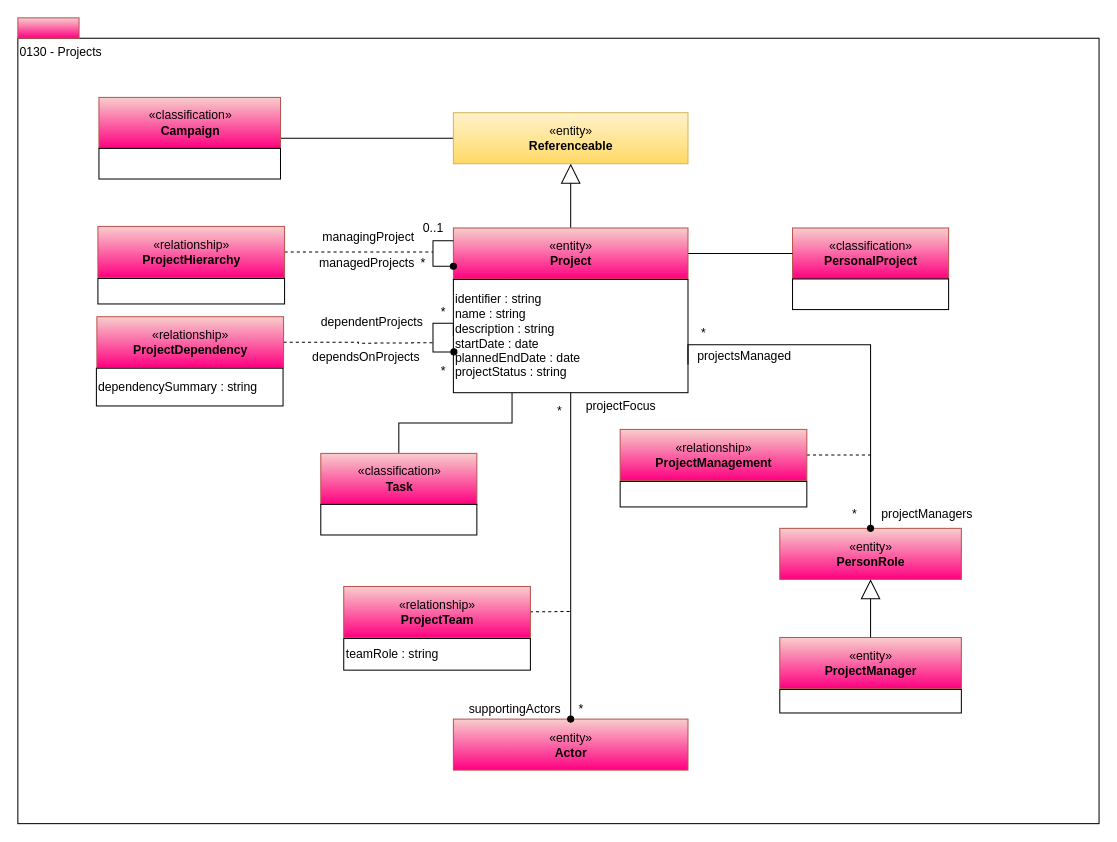
This is page "0130-Projects" (7 of 13) of site/docs/types/1/area-1-collaboration.drawio from odpi/egeria-docs, a draw.io file, before an edit. Source tidied: cells renumbered, new cells numbered last; positions are measured from the earlier drawing's top-left corner, leaving out a move shared by most shapes. Both pictures are drawn from the tidied source at 102%, with x=0, y=0 at pixel (17, 17).
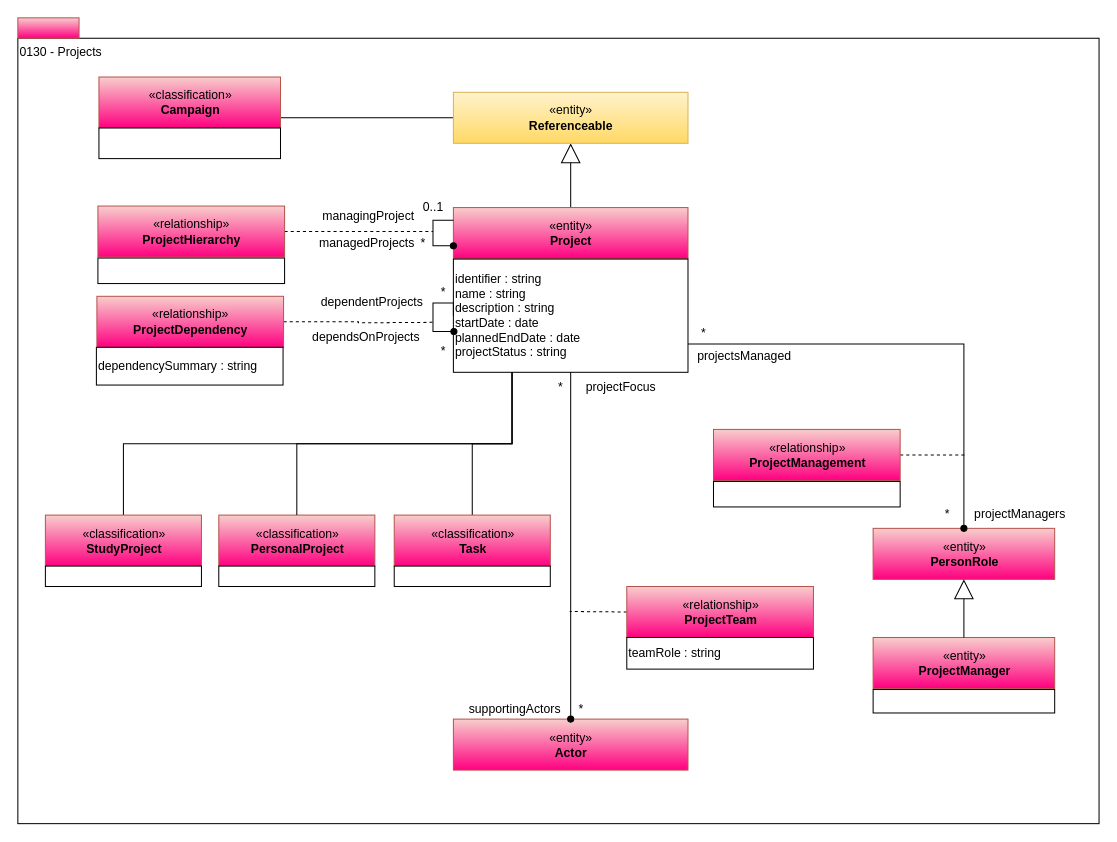
The same diagram, later.

What changed in the source:
```diff
@@
     <mxCell id="4" value="«entity»&lt;br&gt;&lt;b&gt;Project&lt;/b&gt;" style="html=1;strokeColor=#b85450;align=center;fillColor=#f8cecc;gradientColor=#FF0080;" parent="1" vertex="1">
-      <mxGeometry x="427" y="206" width="230" height="50" as="geometry" />
+      <mxGeometry x="427" y="186" width="230" height="50" as="geometry" />
     </mxCell>
@@
     <mxCell id="7" style="edgeStyle=orthogonalEdgeStyle;rounded=0;html=1;exitX=0;exitY=0.5;entryX=1;entryY=0.5;endArrow=none;endFill=0;jettySize=auto;exitDx=0;exitDy=0;entryDx=0;entryDy=0;" parent="1" edge="1" source="11" target="20">
       <mxGeometry relative="1" as="geometry">
         <Array as="points">
-          <mxPoint x="257.5" y="118.5" />
+          <mxPoint x="257.5" y="98.5" />
         </Array>
       </mxGeometry>
     </mxCell>
     <mxCell id="8" value="identifier : string&lt;br&gt;name : string&lt;br&gt;description : string&lt;br&gt;startDate : date&lt;br&gt;plannedEndDate : date&lt;br&gt;projectStatus : string" style="rounded=0;whiteSpace=wrap;html=1;align=left;" parent="1" vertex="1">
-      <mxGeometry x="427" y="256.5" width="230" height="111" as="geometry" />
+      <mxGeometry x="427" y="236.5" width="230" height="111" as="geometry" />
     </mxCell>
     <mxCell id="9" value="«classification»&lt;br&gt;&lt;b&gt;Task&lt;/b&gt;" style="html=1;strokeColor=#b85450;align=center;fillColor=#f8cecc;gradientColor=#FF0080;" parent="1" vertex="1">
-      <mxGeometry x="297" y="427" width="153" height="50" as="geometry" />
+      <mxGeometry x="369" y="487.5" width="153" height="50" as="geometry" />
     </mxCell>
     <mxCell id="10" style="rounded=0;whiteSpace=wrap;html=1;align=left;" parent="1" vertex="1">
-      <mxGeometry x="297" y="477" width="153" height="30" as="geometry" />
+      <mxGeometry x="369" y="537.5" width="153" height="20" as="geometry" />
     </mxCell>
     <mxCell id="11" value="«entity»&lt;br&gt;&lt;b&gt;Referenceable&lt;/b&gt;" style="html=1;strokeColor=#d6b656;align=center;fillColor=#fff2cc;gradientColor=#ffd966;" parent="1" vertex="1">
-      <mxGeometry x="427" y="93" width="230" height="50" as="geometry" />
+      <mxGeometry x="427" y="73" width="230" height="50" as="geometry" />
     </mxCell>
     <mxCell id="12" style="edgeStyle=orthogonalEdgeStyle;rounded=0;html=1;exitX=0;exitY=0.25;entryX=0;entryY=0.75;endArrow=oval;endFill=1;jettySize=auto;orthogonalLoop=1;" parent="1" edge="1" source="4" target="4">
       <mxGeometry relative="1" as="geometry">
         <Array as="points">
-          <mxPoint x="407" y="218.5" />
-          <mxPoint x="407" y="243.5" />
+          <mxPoint x="407" y="198.5" />
+          <mxPoint x="407" y="223.5" />
         </Array>
       </mxGeometry>
     </mxCell>
     <mxCell id="13" value="managedProjects" style="text;html=1;align=center;verticalAlign=top;spacingTop=-4;" parent="1" vertex="1">
-      <mxGeometry x="287" y="231" width="110" height="20" as="geometry" />
+      <mxGeometry x="287" y="211" width="110" height="20" as="geometry" />
     </mxCell>
     <mxCell id="14" value="*" style="text;html=1;align=center;verticalAlign=top;spacingTop=-4;" parent="1" vertex="1">
-      <mxGeometry x="387" y="231" width="20" height="20" as="geometry" />
+      <mxGeometry x="387" y="211" width="20" height="20" as="geometry" />
     </mxCell>
     <mxCell id="15" value="managingProject" style="text;html=1;align=left;verticalAlign=top;spacingTop=-4;" parent="1" vertex="1">
-      <mxGeometry x="297" y="204.5" width="110" height="20" as="geometry" />
+      <mxGeometry x="297" y="184.5" width="110" height="20" as="geometry" />
     </mxCell>
     <mxCell id="16" value="&lt;div style=&quot;text-align: center&quot;&gt;&lt;span&gt;0..1&lt;/span&gt;&lt;/div&gt;" style="text;html=1;align=center;verticalAlign=top;spacingTop=-4;" parent="1" vertex="1">
-      <mxGeometry x="387" y="196" width="40" height="20" as="geometry" />
+      <mxGeometry x="387" y="176" width="40" height="20" as="geometry" />
     </mxCell>
     <mxCell id="17" style="edgeStyle=orthogonalEdgeStyle;rounded=0;html=1;exitX=1;exitY=0.5;endArrow=none;endFill=0;jettySize=auto;dashed=1;" parent="1" edge="1" source="18">
       <mxGeometry relative="1" as="geometry">
-        <mxPoint x="407" y="229.5" as="targetPoint" />
+        <mxPoint x="407" y="209.5" as="targetPoint" />
       </mxGeometry>
     </mxCell>
     <mxCell id="18" value="«relationship»&lt;br&gt;&lt;b&gt;ProjectHierarchy&lt;/b&gt;" style="html=1;strokeColor=#b85450;align=center;fillColor=#f8cecc;gradientColor=#FF0080;" parent="1" vertex="1">
-      <mxGeometry x="78.5" y="204.5" width="183" height="50" as="geometry" />
+      <mxGeometry x="78.5" y="184.5" width="183" height="50" as="geometry" />
     </mxCell>
     <mxCell id="19" style="rounded=0;whiteSpace=wrap;html=1;strokeColor=#000000;gradientColor=#ffffff;align=left;" parent="1" vertex="1">
-      <mxGeometry x="78.5" y="255.5" width="183" height="25" as="geometry" />
+      <mxGeometry x="78.5" y="235.5" width="183" height="25" as="geometry" />
     </mxCell>
     <mxCell id="20" value="«classification»&lt;br&gt;&lt;b&gt;Campaign&lt;/b&gt;" style="html=1;strokeColor=#b85450;align=center;fillColor=#f8cecc;gradientColor=#FF0080;" parent="1" vertex="1">
-      <mxGeometry x="79.5" y="78" width="178" height="50" as="geometry" />
+      <mxGeometry x="79.5" y="58" width="178" height="50" as="geometry" />
     </mxCell>
     <mxCell id="21" style="rounded=0;whiteSpace=wrap;html=1;align=left;" parent="1" vertex="1">
-      <mxGeometry x="79.5" y="128" width="178" height="30" as="geometry" />
+      <mxGeometry x="79.5" y="108" width="178" height="30" as="geometry" />
     </mxCell>
     <mxCell id="22" style="edgeStyle=orthogonalEdgeStyle;rounded=0;html=1;entryX=0;entryY=0.5;endArrow=none;endFill=0;jettySize=auto;startArrow=oval;startFill=1;" parent="1" edge="1" target="8">
       <mxGeometry relative="1" as="geometry">
-        <mxPoint x="427.5" y="327.5" as="sourcePoint" />
+        <mxPoint x="427.5" y="307.5" as="sourcePoint" />
         <Array as="points">
-          <mxPoint x="407" y="327.5" />
-          <mxPoint x="407" y="299.5" />
+          <mxPoint x="407" y="307.5" />
+          <mxPoint x="407" y="279.5" />
         </Array>
       </mxGeometry>
     </mxCell>
     <mxCell id="23" value="dependentProjects" style="text;html=1;align=center;verticalAlign=top;spacingTop=-4;" parent="1" vertex="1">
-      <mxGeometry x="287" y="289" width="120" height="20" as="geometry" />
+      <mxGeometry x="287" y="269" width="120" height="20" as="geometry" />
     </mxCell>
     <mxCell id="24" value="*" style="text;html=1;align=center;verticalAlign=top;spacingTop=-4;" parent="1" vertex="1">
-      <mxGeometry x="407" y="336.5" width="20" height="20" as="geometry" />
+      <mxGeometry x="407" y="316.5" width="20" height="20" as="geometry" />
     </mxCell>
     <mxCell id="25" value="dependsOnProjects" style="text;html=1;align=left;verticalAlign=top;spacingTop=-4;" parent="1" vertex="1">
-      <mxGeometry x="287" y="323" width="120" height="20" as="geometry" />
+      <mxGeometry x="287" y="303" width="120" height="20" as="geometry" />
     </mxCell>
     <mxCell id="26" value="&lt;div style=&quot;text-align: center&quot;&gt;&lt;span&gt;*&lt;/span&gt;&lt;/div&gt;" style="text;html=1;align=center;verticalAlign=top;spacingTop=-4;" parent="1" vertex="1">
-      <mxGeometry x="407" y="279" width="20" height="20" as="geometry" />
+      <mxGeometry x="407" y="259" width="20" height="20" as="geometry" />
     </mxCell>
     <mxCell id="27" style="edgeStyle=orthogonalEdgeStyle;rounded=0;html=1;exitX=1;exitY=0.5;endArrow=none;endFill=0;jettySize=auto;dashed=1;" parent="1" edge="1" source="28">
       <mxGeometry relative="1" as="geometry">
-        <mxPoint x="407" y="318.5" as="targetPoint" />
+        <mxPoint x="407" y="298.5" as="targetPoint" />
       </mxGeometry>
     </mxCell>
     <mxCell id="28" value="«relationship»&lt;br&gt;&lt;b&gt;ProjectDependency&lt;/b&gt;" style="html=1;strokeColor=#b85450;align=center;fillColor=#f8cecc;gradientColor=#FF0080;" parent="1" vertex="1">
-      <mxGeometry x="77.5" y="293" width="183" height="50" as="geometry" />
+      <mxGeometry x="77.5" y="273" width="183" height="50" as="geometry" />
     </mxCell>
     <mxCell id="29" value="dependencySummary : string&lt;br&gt;" style="rounded=0;whiteSpace=wrap;html=1;strokeColor=#000000;gradientColor=#ffffff;align=left;" parent="1" vertex="1">
-      <mxGeometry x="77" y="343.5" width="183" height="37" as="geometry" />
+      <mxGeometry x="77" y="323" width="183" height="37" as="geometry" />
     </mxCell>
@@
-    <mxCell id="31" style="edgeStyle=orthogonalEdgeStyle;rounded=0;html=1;exitX=0;exitY=0.5;endArrow=none;endFill=0;jettySize=auto;orthogonalLoop=1;dashed=1;" parent="1" edge="1">
+    <mxCell id="31" style="edgeStyle=orthogonalEdgeStyle;rounded=0;html=1;exitX=0;exitY=0.5;endArrow=none;endFill=0;jettySize=auto;dashed=1;exitDx=0;exitDy=0;" parent="1" edge="1" source="32">
       <mxGeometry relative="1" as="geometry">
-        <mxPoint x="340" y="582.5" as="sourcePoint" />
         <mxPoint x="541" y="582" as="targetPoint" />
       </mxGeometry>
     </mxCell>
     <mxCell id="32" value="«relationship»&lt;br&gt;&lt;b&gt;ProjectTeam&lt;/b&gt;" style="html=1;strokeColor=#b85450;align=center;fillColor=#f8cecc;gradientColor=#FF0080;" parent="1" vertex="1">
-      <mxGeometry x="319.5" y="557.5" width="183" height="50" as="geometry" />
+      <mxGeometry x="597" y="557.5" width="183" height="50" as="geometry" />
     </mxCell>
     <mxCell id="33" value="teamRole : string" style="rounded=0;whiteSpace=wrap;html=1;strokeColor=#000000;gradientColor=#ffffff;align=left;" parent="1" vertex="1">
-      <mxGeometry x="319.5" y="608.5" width="183" height="31" as="geometry" />
+      <mxGeometry x="597" y="607.5" width="183" height="31" as="geometry" />
     </mxCell>
     <mxCell id="34" value="*" style="text;html=1;align=center;verticalAlign=top;spacingTop=-4;" parent="1" vertex="1">
-      <mxGeometry x="521" y="375.5" width="20" height="20" as="geometry" />
+      <mxGeometry x="522" y="352" width="20" height="20" as="geometry" />
     </mxCell>
@@
     <mxCell id="36" value="projectFocus" style="text;html=1;align=center;verticalAlign=top;spacingTop=-4;" parent="1" vertex="1">
-      <mxGeometry x="550.5" y="370.5" width="80" height="20" as="geometry" />
+      <mxGeometry x="550.5" y="352" width="80" height="20" as="geometry" />
     </mxCell>
@@
     <mxCell id="40" value="projectManagers" style="text;html=1;align=left;verticalAlign=top;spacingTop=-4;" parent="1" vertex="1">
-      <mxGeometry x="844.5" y="476.5" width="100" height="20" as="geometry" />
+      <mxGeometry x="936" y="476.5" width="100" height="20" as="geometry" />
     </mxCell>
     <mxCell id="41" value="&lt;div style=&quot;text-align: center&quot;&gt;&lt;span&gt;*&lt;/span&gt;&lt;/div&gt;" style="text;html=1;align=center;verticalAlign=top;spacingTop=-4;" parent="1" vertex="1">
-      <mxGeometry x="809.5" y="476.5" width="20" height="20" as="geometry" />
+      <mxGeometry x="901" y="476.5" width="20" height="20" as="geometry" />
     </mxCell>
     <mxCell id="42" style="edgeStyle=orthogonalEdgeStyle;rounded=0;html=1;exitX=1;exitY=0.5;endArrow=none;endFill=0;jettySize=auto;dashed=1;" parent="1" edge="1" source="43">
       <mxGeometry relative="1" as="geometry">
-        <mxPoint x="837" y="428.5" as="targetPoint" />
+        <mxPoint x="928.5" y="428.5" as="targetPoint" />
       </mxGeometry>
     </mxCell>
     <mxCell id="43" value="«relationship»&lt;br&gt;&lt;b&gt;ProjectManagement&lt;/b&gt;" style="html=1;strokeColor=#b85450;align=center;fillColor=#f8cecc;gradientColor=#FF0080;" parent="1" vertex="1">
-      <mxGeometry x="590.5" y="403.5" width="183" height="50" as="geometry" />
+      <mxGeometry x="682" y="403.5" width="183" height="50" as="geometry" />
     </mxCell>
     <mxCell id="44" style="rounded=0;whiteSpace=wrap;html=1;strokeColor=#000000;gradientColor=#ffffff;align=left;" parent="1" vertex="1">
-      <mxGeometry x="590.5" y="454.5" width="183" height="25" as="geometry" />
+      <mxGeometry x="682" y="454.5" width="183" height="25" as="geometry" />
     </mxCell>
     <mxCell id="45" value="«entity»&lt;br&gt;&lt;b&gt;ProjectManager&lt;/b&gt;" style="html=1;strokeColor=#b85450;align=center;fillColor=#f8cecc;gradientColor=#FF0080;" parent="1" vertex="1">
-      <mxGeometry x="747" y="607.5" width="178" height="50" as="geometry" />
+      <mxGeometry x="838.5" y="607.5" width="178" height="50" as="geometry" />
     </mxCell>
     <mxCell id="46" style="rounded=0;whiteSpace=wrap;html=1;align=left;" parent="1" vertex="1">
-      <mxGeometry x="747" y="658.5" width="178" height="23" as="geometry" />
+      <mxGeometry x="838.5" y="658.5" width="178" height="23" as="geometry" />
     </mxCell>
     <mxCell id="47" value="«entity»&lt;br&gt;&lt;b&gt;PersonRole&lt;/b&gt;" style="html=1;strokeColor=#b85450;align=center;fillColor=#f8cecc;gradientColor=#FF0080;" parent="1" vertex="1">
-      <mxGeometry x="747" y="500.5" width="178" height="50" as="geometry" />
+      <mxGeometry x="838.5" y="500.5" width="178" height="50" as="geometry" />
     </mxCell>
     <mxCell id="48" style="edgeStyle=orthogonalEdgeStyle;rounded=0;html=1;exitX=1;exitY=0.75;endArrow=oval;endFill=1;jettySize=auto;entryX=0.5;entryY=0;entryDx=0;entryDy=0;" parent="1" edge="1" source="8" target="47">
       <mxGeometry relative="1" as="geometry">
         <Array as="points">
-          <mxPoint x="836.5" y="320.5" />
-          <mxPoint x="836.5" y="500.5" />
+          <mxPoint x="928" y="320" />
         </Array>
       </mxGeometry>
     </mxCell>
@@
     <mxCell id="51" value="«classification»&lt;br&gt;&lt;b&gt;PersonalProject&lt;/b&gt;" style="html=1;strokeColor=#b85450;align=center;fillColor=#f8cecc;gradientColor=#FF0080;" parent="1" vertex="1">
-      <mxGeometry x="759.5" y="206" width="153" height="50" as="geometry" />
+      <mxGeometry x="197" y="487.5" width="153" height="50" as="geometry" />
     </mxCell>
-    <mxCell id="52" style="rounded=0;whiteSpace=wrap;html=1;align=left;" parent="1" vertex="1">
-      <mxGeometry x="759.5" y="256" width="153" height="30" as="geometry" />
-    </mxCell>
-    <mxCell id="53" style="edgeStyle=orthogonalEdgeStyle;rounded=0;html=1;exitX=1;exitY=0.5;entryX=0;entryY=0.5;endArrow=none;endFill=0;jettySize=auto;exitDx=0;exitDy=0;entryDx=0;entryDy=0;" parent="1" edge="1" source="4" target="51">
+    <mxCell id="53" style="edgeStyle=orthogonalEdgeStyle;rounded=0;html=1;exitX=0.25;exitY=1;entryX=0.5;entryY=0;endArrow=none;endFill=0;jettySize=auto;exitDx=0;exitDy=0;entryDx=0;entryDy=0;" parent="1" edge="1" source="8" target="51">
       <mxGeometry relative="1" as="geometry" />
     </mxCell>
+    <mxCell id="54" style="edgeStyle=orthogonalEdgeStyle;rounded=0;html=1;exitX=0.25;exitY=1;entryX=0.5;entryY=0;endArrow=none;endFill=0;jettySize=auto;exitDx=0;exitDy=0;" parent="1" edge="1" source="8" target="55">
+      <mxGeometry relative="1" as="geometry" />
+    </mxCell>
+    <mxCell id="55" value="«classification»&lt;br&gt;&lt;b&gt;StudyProject&lt;/b&gt;" style="html=1;strokeColor=#b85450;align=center;fillColor=#f8cecc;gradientColor=#FF0080;" parent="1" vertex="1">
+      <mxGeometry x="27" y="487.5" width="153" height="50" as="geometry" />
+    </mxCell>
+    <mxCell id="56" style="rounded=0;whiteSpace=wrap;html=1;align=left;" parent="1" vertex="1">
+      <mxGeometry x="27" y="537.5" width="153" height="20" as="geometry" />
+    </mxCell>
+    <mxCell id="57" style="rounded=0;whiteSpace=wrap;html=1;align=left;" parent="1" vertex="1">
+      <mxGeometry x="197" y="537.5" width="153" height="20" as="geometry" />
+    </mxCell>
```
